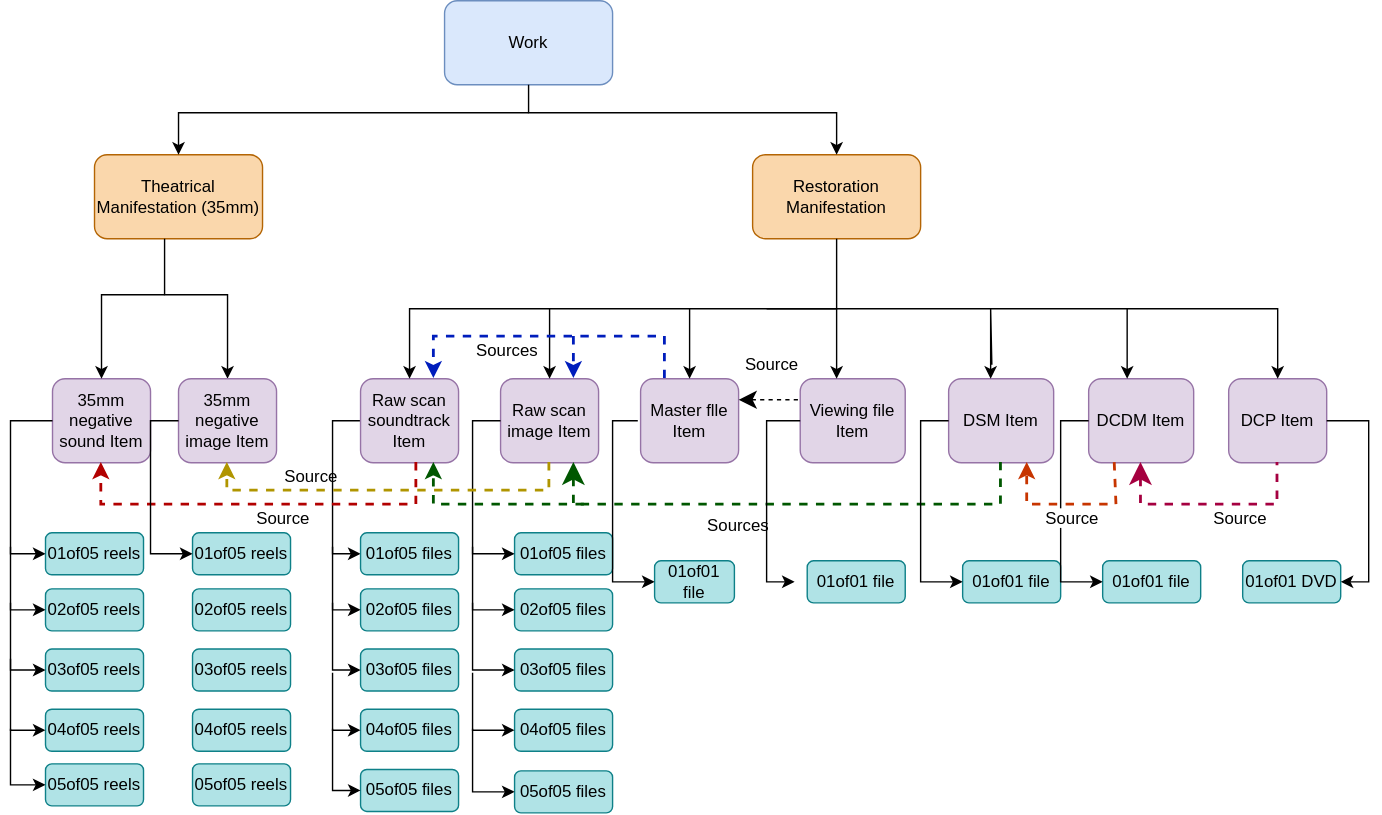
Above: markdown/diagrams/digit_item5a.drawio.svg in FIAF/fiaf-cataloguing-manual (draw.io), before the change. Source tidied: cells renumbered, new cells last; positions are measured from the earlier drawing's top-left corner, leaving out a move shared by most shapes.
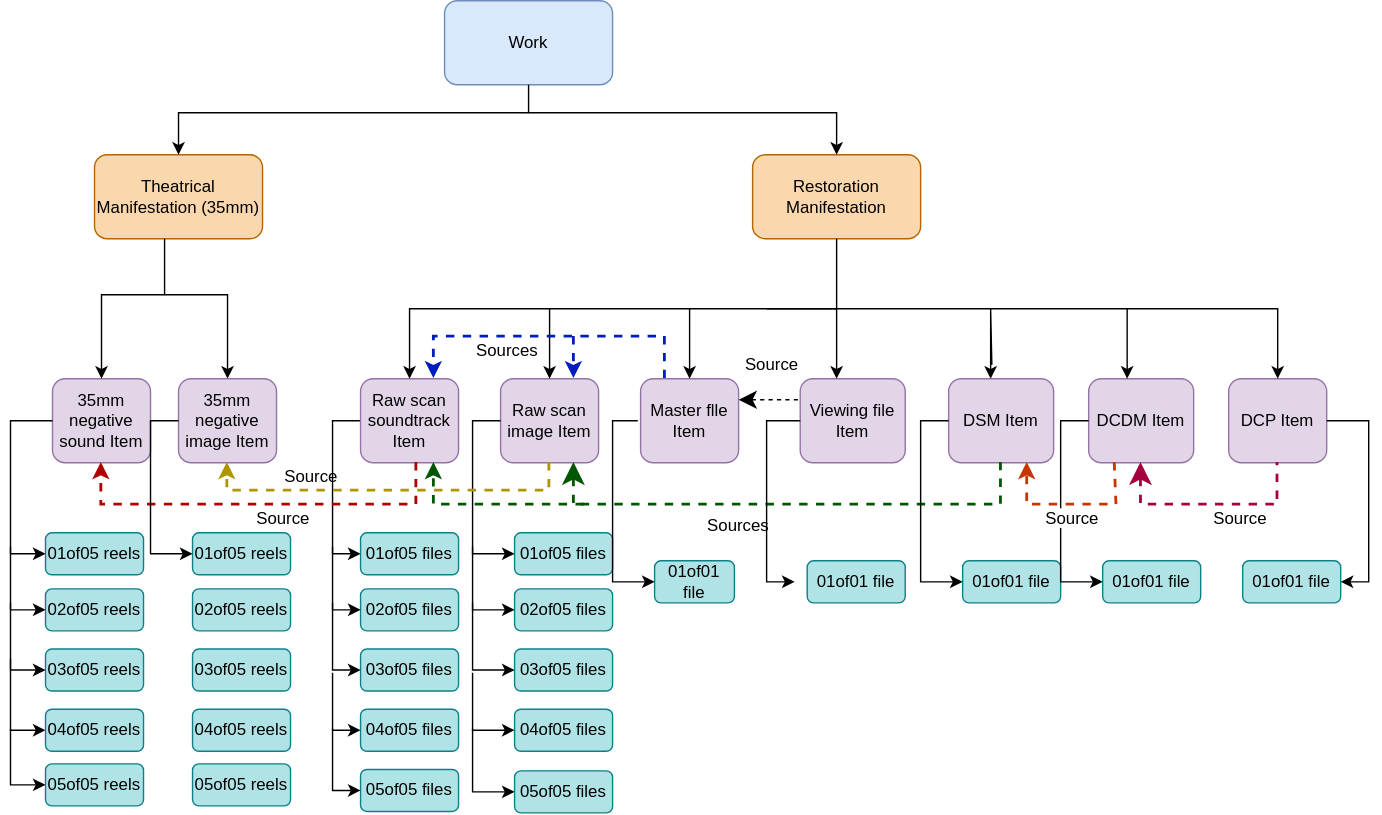
The same diagram one commit later.

The edit, as a diff of the source:
```diff
@@ -973,7 +973,7 @@
         </Array>
       </mxGeometry>
     </mxCell>
-    <mxCell id="197" value="01of01 DVD" style="rounded=1;whiteSpace=wrap;html=1;roundedPerimeter=1;fillColor=#b0e3e6;strokeColor=#0e8088;" parent="1" vertex="1">
+    <mxCell id="197" value="01of01 file" style="rounded=1;whiteSpace=wrap;html=1;roundedPerimeter=1;fillColor=#b0e3e6;strokeColor=#0e8088;" parent="1" vertex="1">
       <mxGeometry x="1161" y="400" width="70" height="30" as="geometry" />
     </mxCell>
     <mxCell id="198" style="endArrow=classic;html=1;rounded=0;entryX=0;entryY=0.5;entryDx=0;entryDy=0;" parent="1" edge="1" target="176">
```
